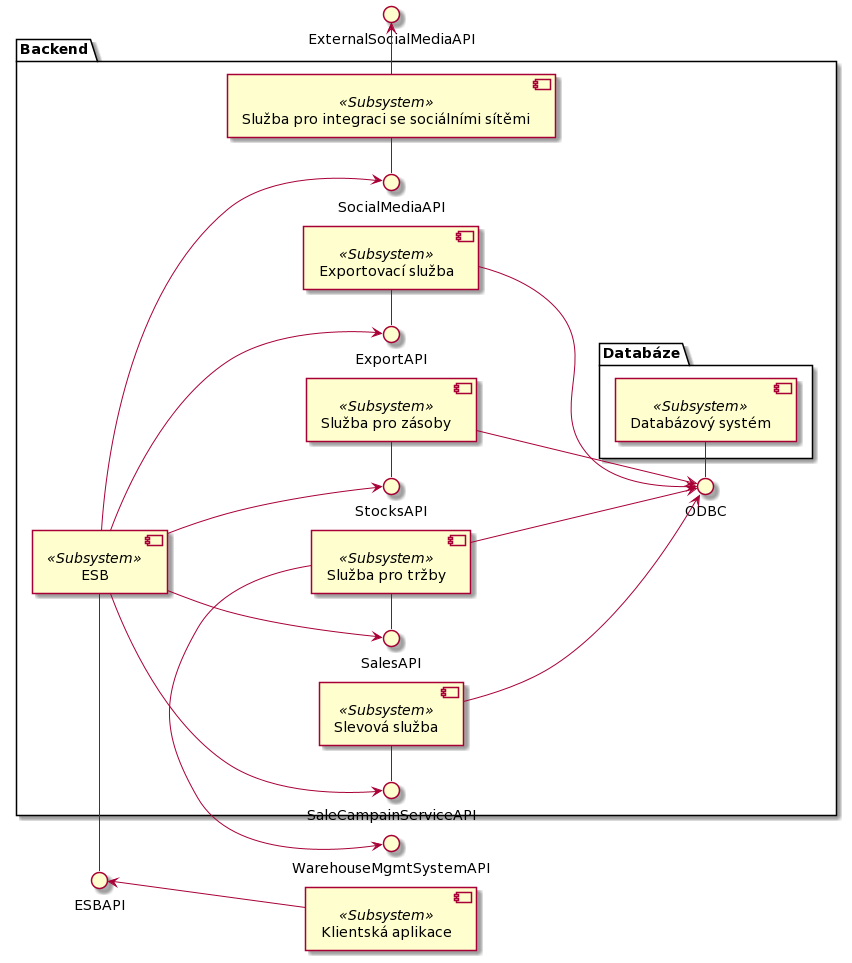
The PlantUML diagram dokumentace architektury/architektura 1/assets/prodejni_system_component_diagram.png in MichalMoudry/4IT575-seminarni-prace, before a commit.
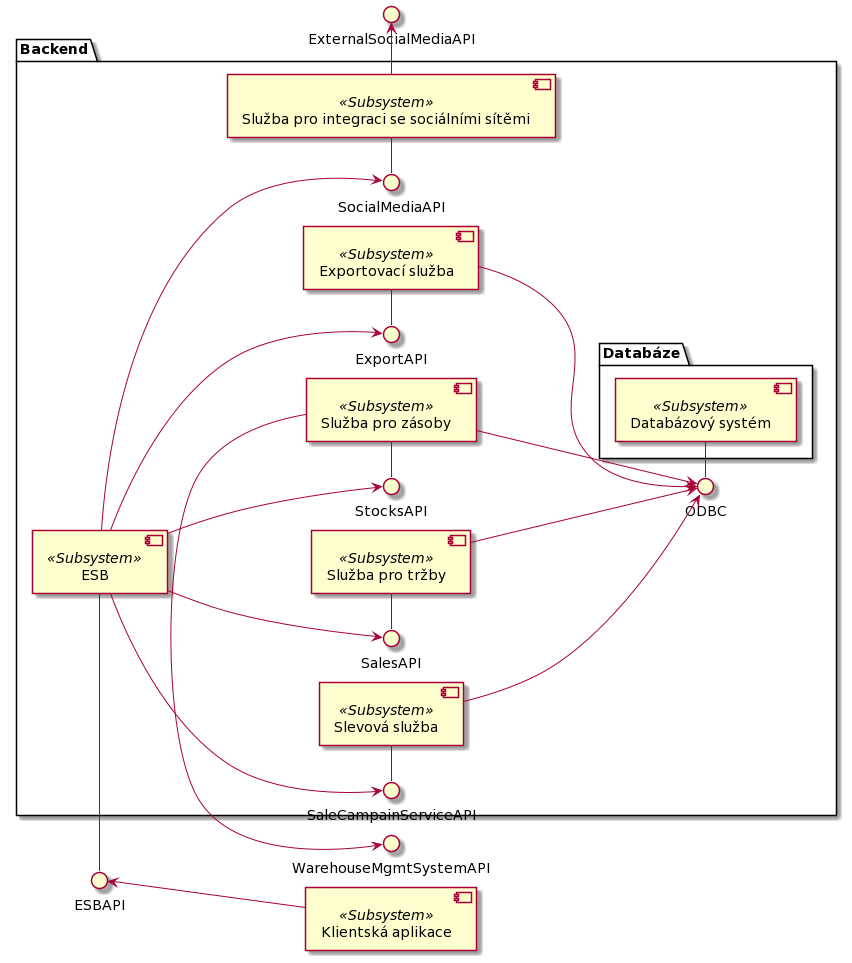
Above is the later version.

Commit message:
Update components view

What changed in the source:
```diff
@@ -59,7 +59,7 @@
 
 SocialMediaService -right-> ExternalSocialMediaAPI
 
-SalesService -left-> WarehouseMgmtSystemAPI
+StocksService -left-> WarehouseMgmtSystemAPI
 
 client -up-> ESBAPI
 @enduml
```
